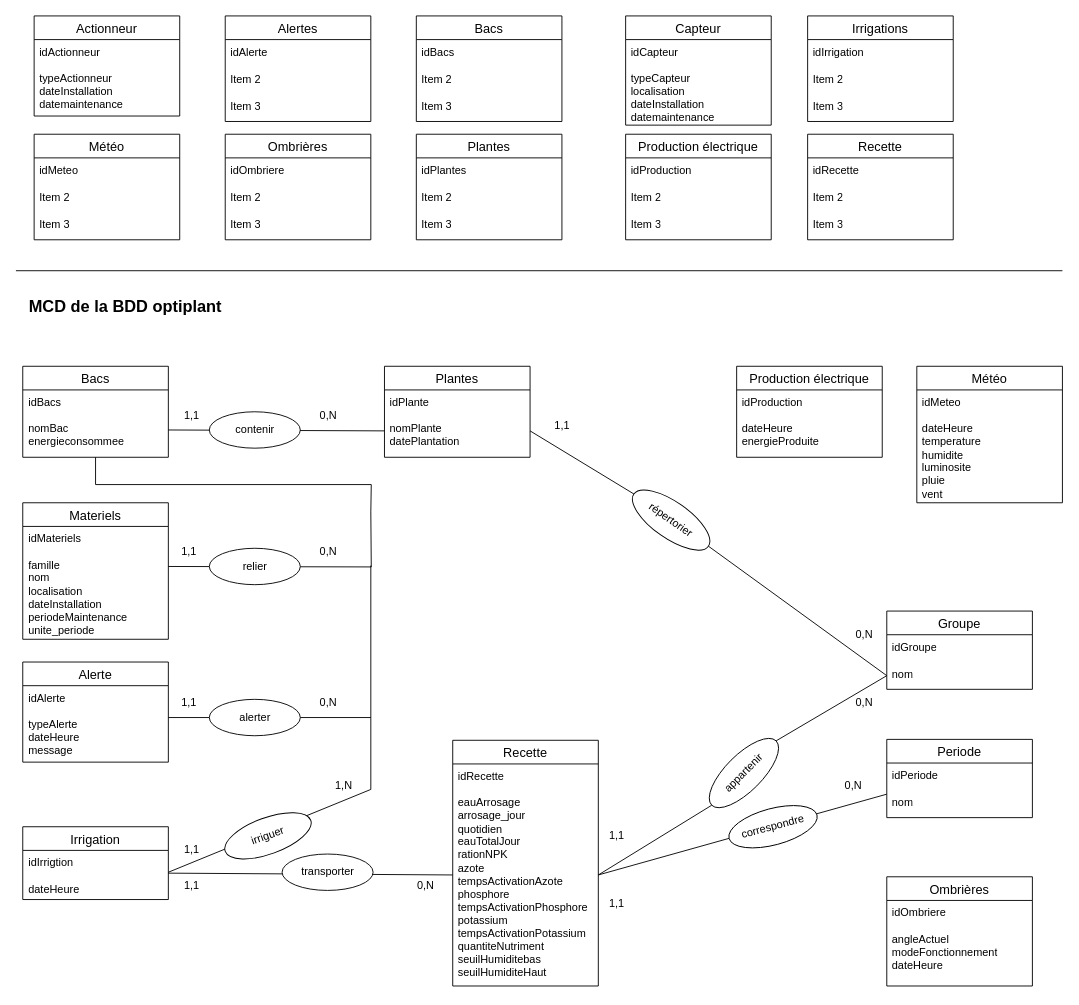
Earlier version of the draw.io diagram MCD.drawio (SAE601/BDD). Source tidied: cells renumbered, new cells numbered last; positions are measured from the earlier drawing's top-left corner, leaving out a move shared by most shapes. Both pictures are drawn from the tidied source at 91%, with x=0, y=0 at pixel (15, 15).
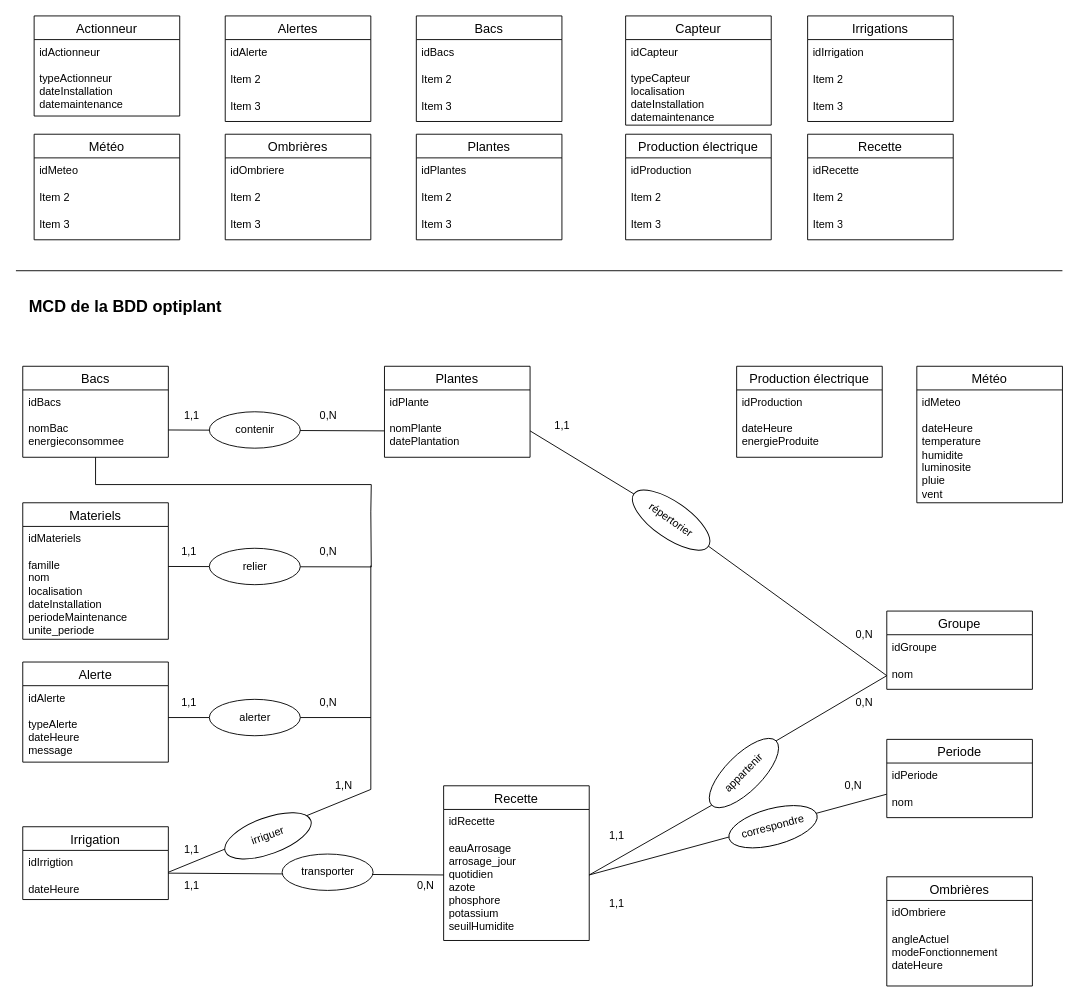
Above is the later version.

The edit, as a diff of the source:
```diff
@@
     <mxCell id="74" value="Recette" style="swimlane;fontStyle=0;horizontal=1;startSize=26;align=center;fontSize=14;" parent="1" vertex="1">
-      <mxGeometry x="480" y="796" width="160" height="270" as="geometry" />
+      <mxGeometry x="470" y="846" width="160" height="170" as="geometry" />
     </mxCell>
-    <mxCell id="75" value="&lt;div&gt;idRecette&lt;br&gt;&lt;/div&gt;&lt;div&gt;&lt;br&gt;&lt;/div&gt;&lt;div&gt;eauArrosage&lt;/div&gt;&lt;div&gt;&lt;div&gt;arrosage_jour&lt;/div&gt;&lt;div&gt;quotidien&lt;/div&gt;&lt;div&gt;eauTotalJour&lt;/div&gt;&lt;div&gt;&lt;span style=&quot;font-weight: normal;&quot;&gt;rationNPK&lt;/span&gt;&lt;br&gt;azote&lt;br&gt;tempsActivationAzote&lt;br&gt;phosphore&lt;br&gt;tempsActivationPhosphore&lt;br&gt;potassium&lt;/div&gt;&lt;div&gt;tempsActivationPotassium&lt;br&gt;quantiteNutriment&lt;br&gt;seuilHumiditebas&lt;/div&gt;&lt;div&gt;seuilHumiditeHaut&lt;br&gt;&lt;br&gt;&lt;table class=&quot;table table-striped table-hover table-sm table_results data ajax w-auto&quot;&gt;&lt;thead&gt;&lt;tr&gt;&lt;th class=&quot;draggable position-sticky text-end&quot;&gt;&lt;span style=&quot;font-weight: normal;&quot;&gt;&lt;br&gt;        &lt;br&gt;  &lt;/span&gt;&lt;/th&gt;  &lt;th class=&quot;draggable position-sticky text-end&quot;&gt;&lt;br&gt;&lt;br&gt;        &lt;br&gt;  &lt;/th&gt;  &lt;th class=&quot;draggable position-sticky text-end&quot;&gt;&lt;br&gt;&lt;br&gt;        &lt;br&gt;  &lt;/th&gt;  &lt;th class=&quot;draggable position-sticky text-end&quot;&gt;&lt;br&gt;&lt;br&gt;        &lt;br&gt;  &lt;/th&gt;  &lt;th class=&quot;draggable position-sticky text-end&quot;&gt;&lt;br&gt;&lt;br&gt;        &lt;br&gt;  &lt;/th&gt;  &lt;th class=&quot;draggable position-sticky text-end&quot;&gt;&lt;br&gt;&lt;br&gt;        &lt;br&gt;  &lt;/th&gt;  &lt;th class=&quot;draggable position-sticky text-end&quot;&gt;&lt;br&gt;&lt;br&gt;        &lt;br&gt;  &lt;/th&gt;  &lt;th class=&quot;draggable position-sticky text-end&quot;&gt;&lt;br&gt;&lt;br&gt;        &lt;br&gt;  &lt;/th&gt;  &lt;th class=&quot;draggable position-sticky text-end&quot;&gt;&lt;br&gt;&lt;br&gt;        &lt;br&gt;  &lt;/th&gt;      &lt;td colspan=&quot;4&quot; class=&quot;d-print-none&quot;&gt;&lt;br&gt;&lt;/td&gt;&lt;/tr&gt;&lt;/thead&gt;&lt;/table&gt;&lt;/div&gt;&lt;/div&gt;&lt;div&gt;&lt;br&gt;&lt;/div&gt;" style="text;strokeColor=none;fillColor=none;spacingLeft=4;spacingRight=4;overflow=hidden;points=[[0,0.5],[1,0.5]];portConstraint=eastwest;fontSize=12;whiteSpace=wrap;html=1;" parent="74" vertex="1">
-      <mxGeometry y="26" width="160" height="244" as="geometry" />
+    <mxCell id="75" value="&lt;div&gt;idRecette&lt;br&gt;&lt;/div&gt;&lt;div&gt;&lt;br&gt;&lt;/div&gt;&lt;div&gt;eauArrosage&lt;/div&gt;&lt;div&gt;&lt;div&gt;arrosage_jour&lt;/div&gt;&lt;div&gt;quotidien&lt;/div&gt;&lt;div&gt;azote&lt;br&gt;phosphore&lt;br&gt;potassium&lt;br&gt;seuilHumidite&lt;/div&gt;&lt;br&gt;&lt;/div&gt;&lt;div&gt;&lt;br&gt;&lt;/div&gt;" style="text;strokeColor=none;fillColor=none;spacingLeft=4;spacingRight=4;overflow=hidden;points=[[0,0.5],[1,0.5]];portConstraint=eastwest;fontSize=12;whiteSpace=wrap;html=1;" parent="74" vertex="1">
+      <mxGeometry y="26" width="160" height="144" as="geometry" />
     </mxCell>
```
